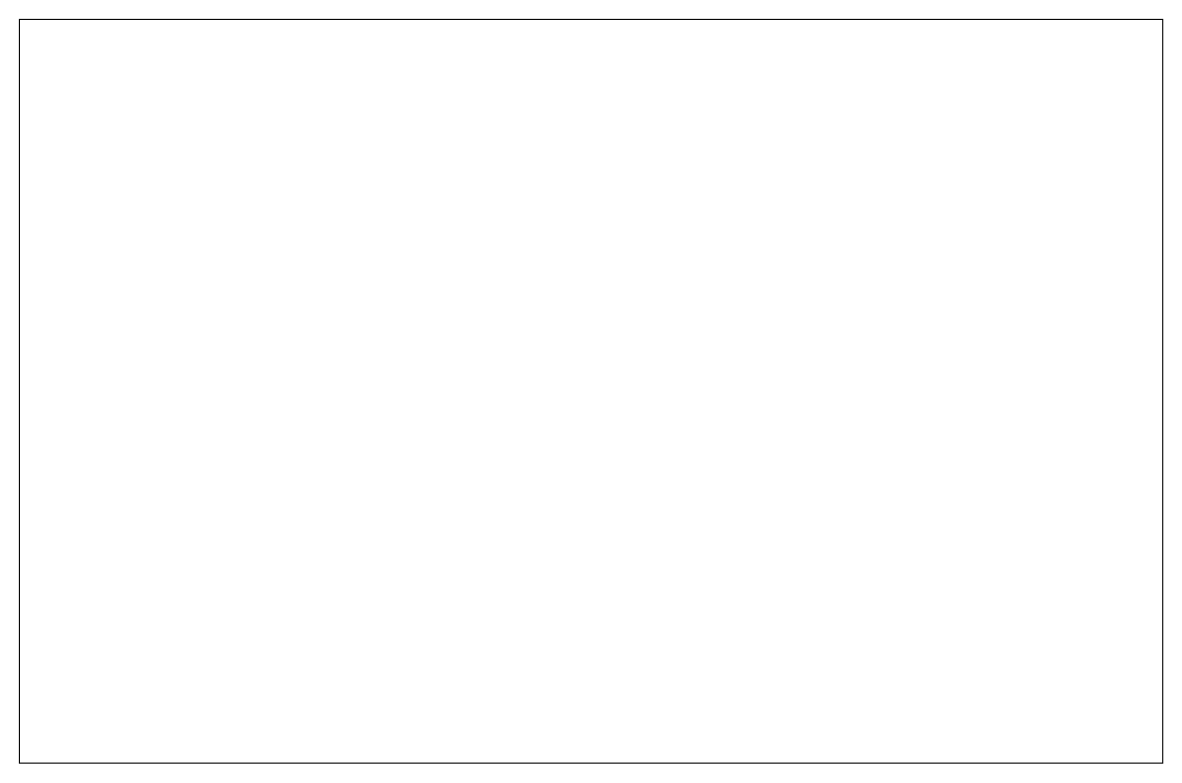
wuiiao/test keeps this draw.io diagram as 未命名绘图.drawio. Above is the earlier version. Source tidied: cells renumbered, new cells numbered last; positions are measured from the earlier drawing's top-left corner, leaving out a move shared by most shapes. Both pictures are drawn from the tidied source at 111%, with x=0, y=0 at pixel (19, 19).
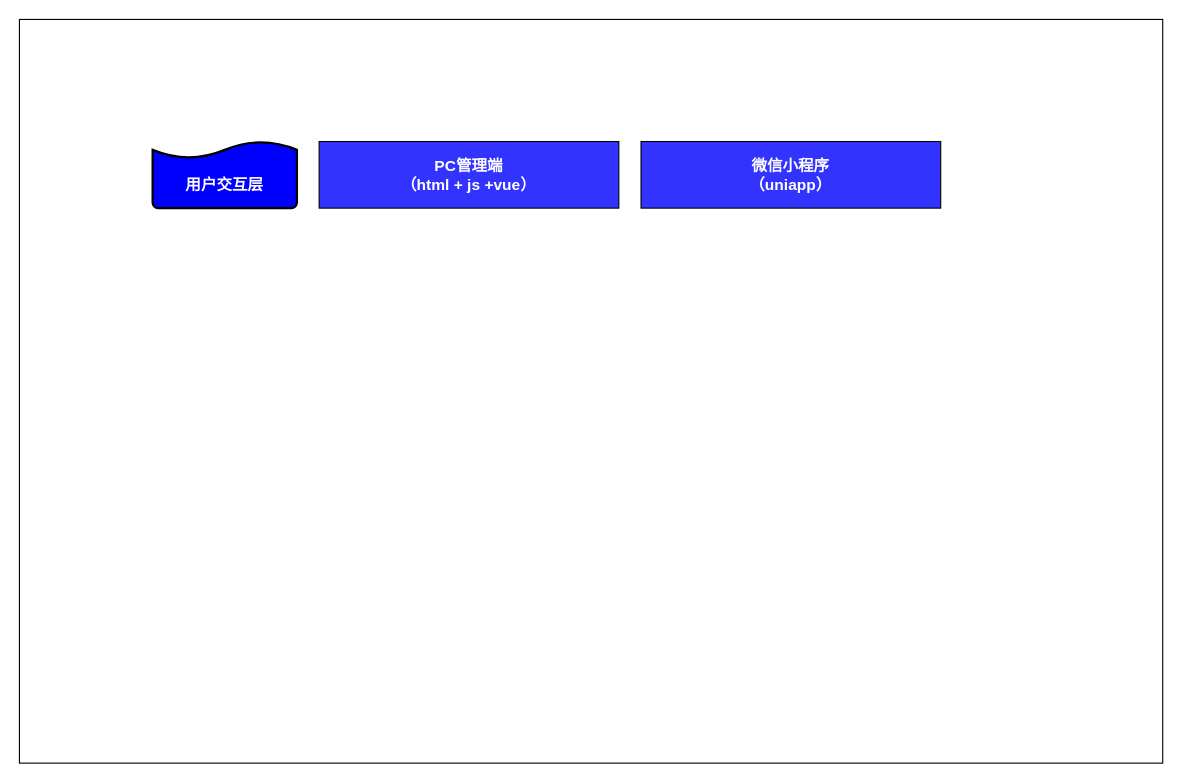
The same diagram, later.

Commit message (it also covers changes not shown here):
更新未命名绘图.drawio

The edit, as a diff of the source:
```diff
@@
 <mxGraphModel>
   <root>
     <mxCell id="0" />
     <mxCell id="1" parent="0" />
     <mxCell id="2" style="rounded=0;whiteSpace=wrap;html=1;" parent="1" vertex="1">
       <mxGeometry width="1030" height="670" as="geometry" />
     </mxCell>
+    <mxCell id="3" value="&lt;br&gt;&lt;font color=&quot;#ffffff&quot;&gt;&lt;span&gt;用户交互层&lt;/span&gt;&lt;/font&gt;" style="strokeWidth=2;html=1;shape=mxgraph.flowchart.document2;whiteSpace=wrap;size=0.25;direction=west;fillColor=light-dark(#0000FF,var(--ge-dark-color, #121212));fontStyle=1;fontSize=14;" parent="1" vertex="1">
+      <mxGeometry x="120" y="110" width="130" height="60" as="geometry" />
+    </mxCell>
+    <mxCell id="4" value="&lt;font style=&quot;color: rgb(255, 255, 255);&quot;&gt;PC管理端&lt;/font&gt;&lt;div&gt;&lt;font style=&quot;color: rgb(255, 255, 255);&quot;&gt;（html + js +vue）&lt;/font&gt;&lt;/div&gt;" style="rounded=0;whiteSpace=wrap;html=1;fontStyle=1;fillColor=light-dark(#3333FF,#000000);fontSize=14;" parent="1" vertex="1">
+      <mxGeometry x="270" y="110" width="270" height="60" as="geometry" />
+    </mxCell>
+    <mxCell id="5" value="&lt;font style=&quot;color: rgb(255, 255, 255);&quot;&gt;微信小程序&lt;/font&gt;&lt;div&gt;&lt;font style=&quot;color: rgb(255, 255, 255);&quot;&gt;（uniapp）&lt;/font&gt;&lt;/div&gt;" style="rounded=0;whiteSpace=wrap;html=1;fillColor=light-dark(#3333FF,#000000);fontStyle=1;fontSize=14;" parent="1" vertex="1">
+      <mxGeometry x="560" y="110" width="270" height="60" as="geometry" />
+    </mxCell>
   </root>
 </mxGraphModel>
```
